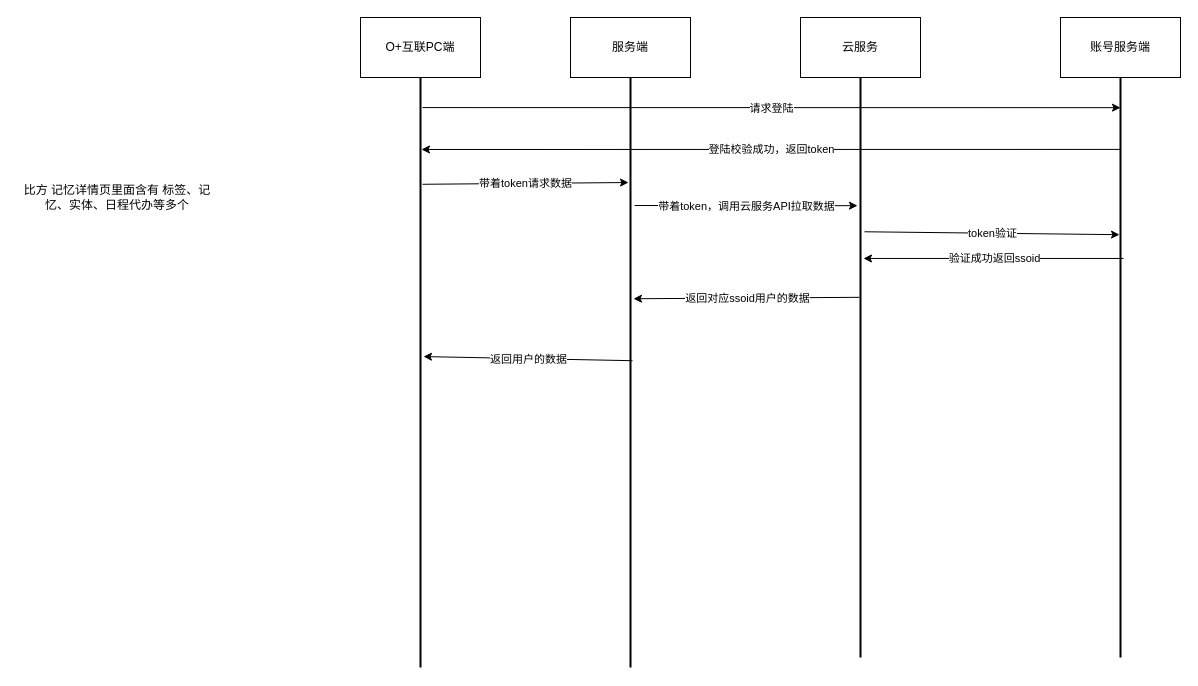
jingb/pythonRepo keeps this draw.io diagram as 跨设备数据同步.drawio. Above is the earlier version. Source tidied: cells renumbered, new cells numbered last; positions are measured from the earlier drawing's top-left corner, leaving out a move shared by most shapes. Both pictures are drawn from the tidied source at 100%, with x=0, y=0 at pixel (17, 17).
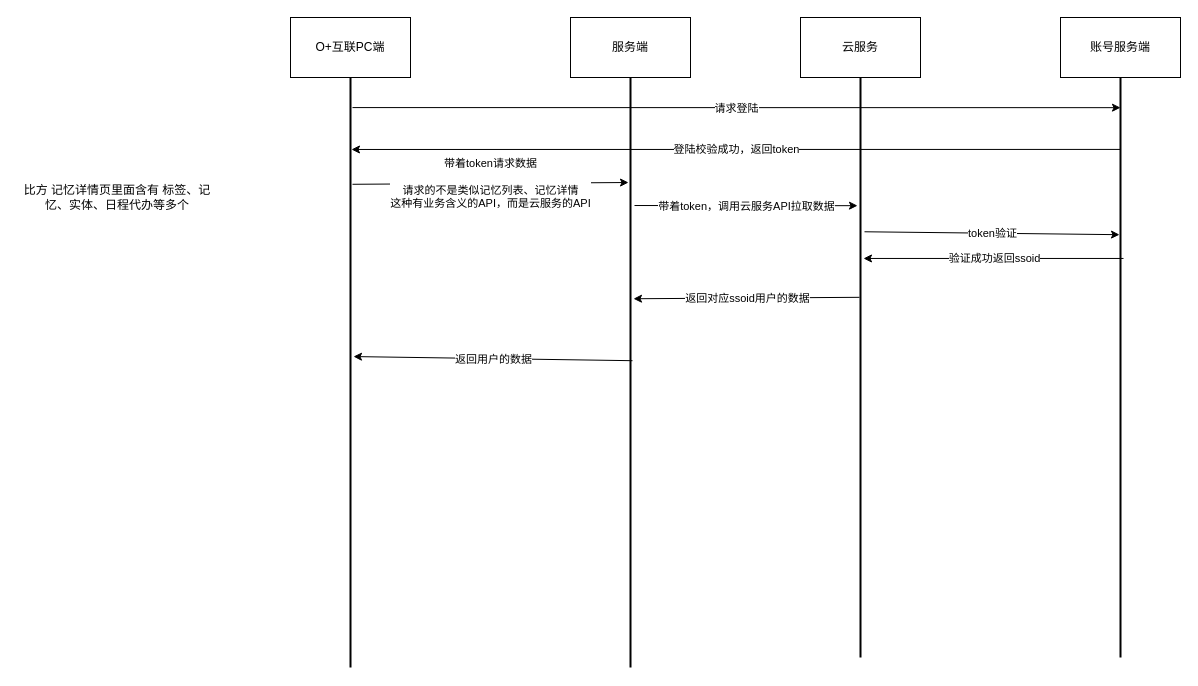
After the change.

Commit message:
更新跨设备数据同步.drawio

Unchanged cells that the change refers to:
```xml
<mxCell id="18" style="endArrow=classic;html=1;rounded=0;entryX=0.178;entryY=0.7;entryDx=0;entryDy=0;entryPerimeter=0;exitX=0.181;exitY=0.3;exitDx=0;exitDy=0;exitPerimeter=0;" parent="1" edge="1" source="4" target="10">
  <mxGeometry relative="1" as="geometry" />
</mxCell>
```

Change to the diagram source:
```diff
@@
     <mxCell id="2" style="group;" parent="1" vertex="1">
-      <mxGeometry x="343" width="120" height="650" as="geometry" />
+      <mxGeometry x="273" width="120" height="650" as="geometry" />
     </mxCell>
@@
-    <mxCell id="19" value="带着token请求数据" style="edgeLabel;html=1;align=center;verticalAlign=middle;" parent="18" vertex="1">
+    <mxCell id="19" value="带着token请求数据&lt;br&gt;&lt;br&gt;请求的不是类似记忆列表、记忆详情&lt;br&gt;这种有业务含义的API，而是云服务的API" style="edgeLabel;html=1;align=center;verticalAlign=middle;" parent="18" vertex="1">
       <mxGeometry relative="1" as="geometry" />
     </mxCell>
```
